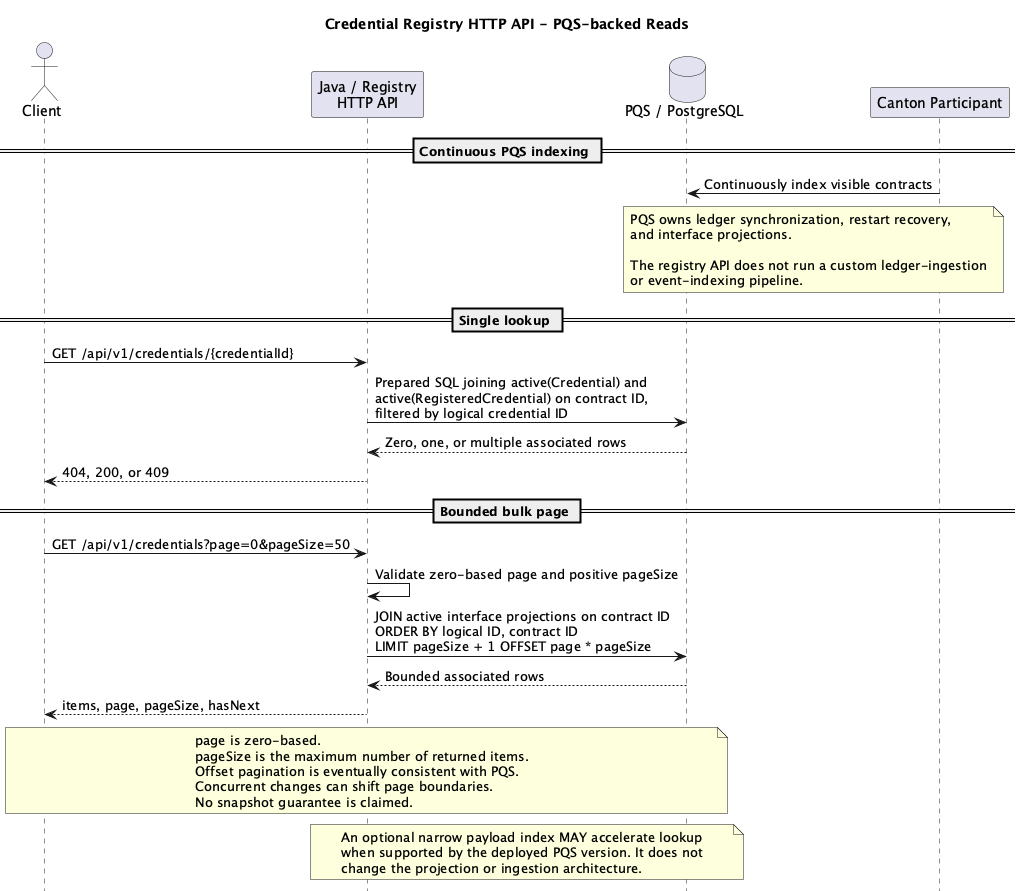
Above: cn-credentials-standard/images/credentials-http-api-sequence.png in unlockitio/cips (PlantUML), before the change. The source it was exported from:
```plantuml
@startuml credentials-http-api-sequence
title Credential Registry HTTP API - PQS-backed Reads
hide footbox

actor Client
participant "Java / Registry\nHTTP API" as API
database "PQS / PostgreSQL" as PQS
participant "Canton Participant" as Canton

== Continuous PQS indexing ==
Canton -> PQS: Continuously index visible contracts
note over Canton,PQS
  PQS owns ledger synchronization, restart recovery,
  and interface projections.

  The registry API does not run a custom ledger-ingestion
  or event-indexing pipeline.
end note

== Single lookup ==
Client -> API: GET /api/v1/credentials/{credentialId}
API -> PQS: Prepared SQL joining active(Credential) and\nactive(RegisteredCredential) on contract ID,\nfiltered by logical credential ID
PQS --> API: Zero, one, or multiple associated rows
API --> Client: 404, 200, or 409

== Bounded bulk page ==
Client -> API: GET /api/v1/credentials?page=0&pageSize=50
API -> API: Validate zero-based page and positive pageSize
API -> PQS: JOIN active interface projections on contract ID\nORDER BY logical ID, contract ID\nLIMIT pageSize + 1 OFFSET page * pageSize
PQS --> API: Bounded associated rows
API --> Client: items, page, pageSize, hasNext
note over Client,PQS
  page is zero-based.
  pageSize is the maximum number of returned items.
  Offset pagination is eventually consistent with PQS.
  Concurrent changes can shift page boundaries.
  No snapshot guarantee is claimed.
end note

note over API,PQS
  An optional narrow payload index MAY accelerate lookup
  when supported by the deployed PQS version. It does not
  change the projection or ingestion architecture.
end note

@enduml
```
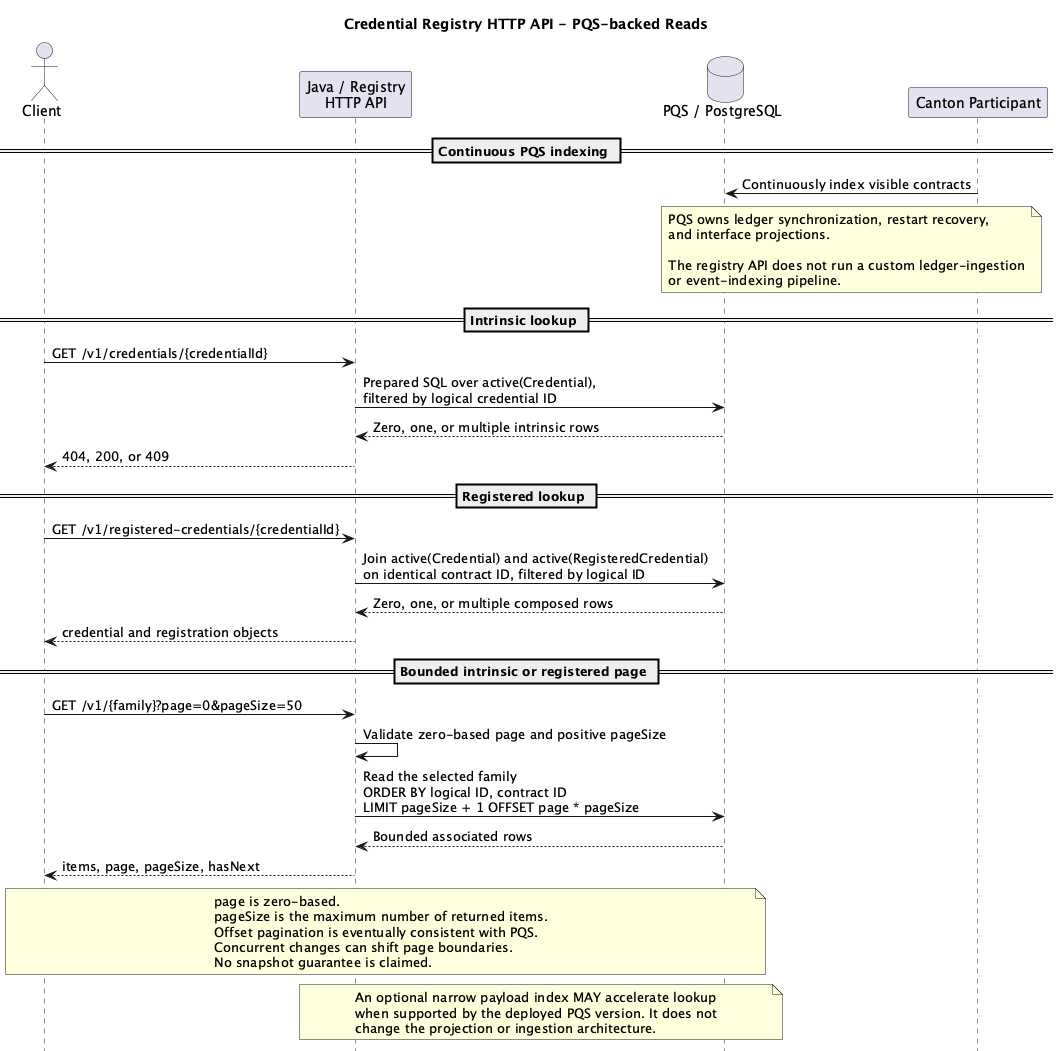
Above is the later version.

The edit, as a diff of the source:
```diff
@@ -17,16 +17,22 @@
   or event-indexing pipeline.
 end note
 
-== Single lookup ==
-Client -> API: GET /api/v1/credentials/{credentialId}
-API -> PQS: Prepared SQL joining active(Credential) and\nactive(RegisteredCredential) on contract ID,\nfiltered by logical credential ID
-PQS --> API: Zero, one, or multiple associated rows
+== Intrinsic lookup ==
+Client -> API: GET /v1/credentials/{credentialId}
+API -> PQS: Prepared SQL over active(Credential),\nfiltered by logical credential ID
+PQS --> API: Zero, one, or multiple intrinsic rows
 API --> Client: 404, 200, or 409
 
-== Bounded bulk page ==
-Client -> API: GET /api/v1/credentials?page=0&pageSize=50
+== Registered lookup ==
+Client -> API: GET /v1/registered-credentials/{credentialId}
+API -> PQS: Join active(Credential) and active(RegisteredCredential)\non identical contract ID, filtered by logical ID
+PQS --> API: Zero, one, or multiple composed rows
+API --> Client: credential and registration objects
+
+== Bounded intrinsic or registered page ==
+Client -> API: GET /v1/{family}?page=0&pageSize=50
 API -> API: Validate zero-based page and positive pageSize
-API -> PQS: JOIN active interface projections on contract ID\nORDER BY logical ID, contract ID\nLIMIT pageSize + 1 OFFSET page * pageSize
+API -> PQS: Read the selected family\nORDER BY logical ID, contract ID\nLIMIT pageSize + 1 OFFSET page * pageSize
 PQS --> API: Bounded associated rows
 API --> Client: items, page, pageSize, hasNext
 note over Client,PQS
```
